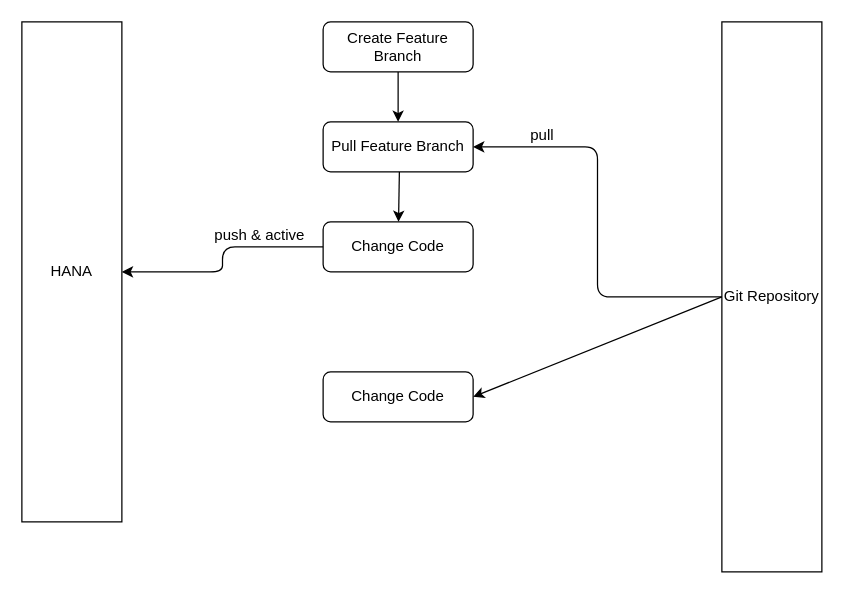
wosary1984/draw.io keeps this draw.io diagram as Untitled Diagram.drawio. Above is the earlier version. Source tidied: cells renumbered, new cells numbered last; positions are measured from the earlier drawing's top-left corner, leaving out a move shared by most shapes. Both pictures are drawn from the tidied source at 125%, with x=0, y=0 at pixel (21, 21).
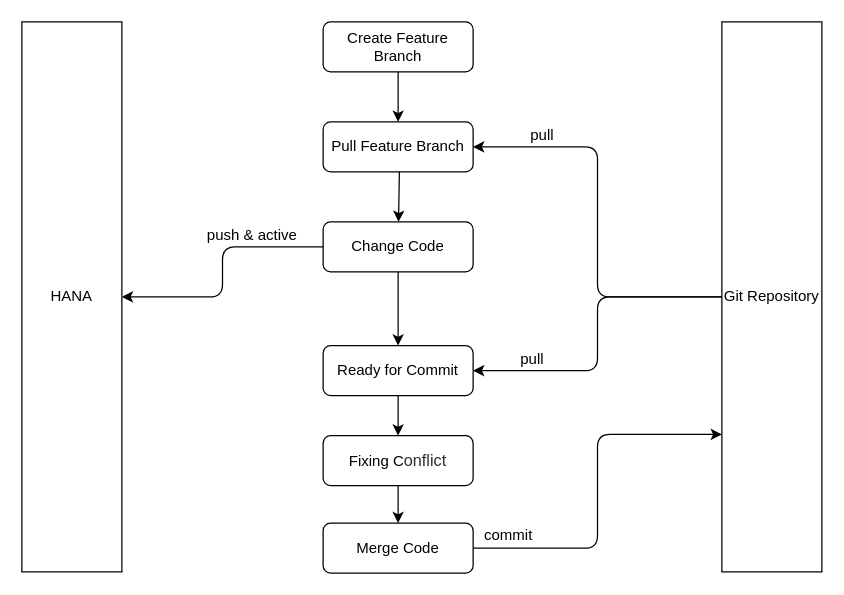
The same diagram, later.

Unchanged cells that the change refers to:
```xml
<mxCell id="4" value="Git Repository" style="rounded=0;whiteSpace=wrap;html=1;" parent="1" vertex="1">
  <mxGeometry x="560" width="80" height="440" as="geometry" />
</mxCell>
<mxCell id="5" value="Pull Feature Branch" style="rounded=1;whiteSpace=wrap;html=1;" parent="1" vertex="1">
  <mxGeometry x="241" y="80" width="120" height="40" as="geometry" />
</mxCell>
<mxCell id="7" value="Change Code" style="rounded=1;whiteSpace=wrap;html=1;" parent="1" vertex="1">
  <mxGeometry x="241" y="160" width="120" height="40" as="geometry" />
</mxCell>
```

The edit, as a diff of the source:
```diff
@@
     <mxCell id="3" value="HANA" style="rounded=0;whiteSpace=wrap;html=1;" parent="1" vertex="1">
-      <mxGeometry width="80" height="400" as="geometry" />
+      <mxGeometry width="80" height="440" as="geometry" />
     </mxCell>
@@
-    <mxCell id="11" style="endArrow=classic;html=1;entryX=1;entryY=0.5;entryDx=0;entryDy=0;edgeStyle=orthogonalEdgeStyle;" parent="1" edge="1" source="4" target="5">
+    <mxCell id="11" style="endArrow=classic;html=1;entryX=1;entryY=0.5;entryDx=0;entryDy=0;edgeStyle=orthogonalEdgeStyle;exitX=0;exitY=0.5;exitDx=0;exitDy=0;" parent="1" edge="1" source="4" target="5">
       <mxGeometry relative="1" as="geometry" />
     </mxCell>
@@
-    <mxCell id="13" value="Change Code" style="rounded=1;whiteSpace=wrap;html=1;" parent="1" vertex="1">
-      <mxGeometry x="241" y="280" width="120" height="40" as="geometry" />
+    <mxCell id="13" value="Ready for Commit" style="rounded=1;whiteSpace=wrap;html=1;" parent="1" vertex="1">
+      <mxGeometry x="241" y="259" width="120" height="40" as="geometry" />
     </mxCell>
-    <mxCell id="14" style="endArrow=classic;html=1;exitX=0;exitY=0.5;exitDx=0;exitDy=0;entryX=1;entryY=0.5;entryDx=0;entryDy=0;" parent="1" edge="1" source="4" target="13">
+    <mxCell id="14" style="endArrow=classic;html=1;exitX=0;exitY=0.5;exitDx=0;exitDy=0;entryX=1;entryY=0.5;entryDx=0;entryDy=0;edgeStyle=orthogonalEdgeStyle;" parent="1" edge="1" source="4" target="13">
       <mxGeometry relative="1" as="geometry" />
     </mxCell>
+    <mxCell id="15" value="pull" style="text;html=1;align=center;verticalAlign=middle;labelBackgroundColor=#ffffff;" parent="14" vertex="1">
+      <mxGeometry x="0.69" y="-1" relative="1" as="geometry">
+        <mxPoint x="6" y="-9" as="offset" />
+      </mxGeometry>
+    </mxCell>
+    <mxCell id="16" style="endArrow=classic;html=1;exitX=0.5;exitY=1;exitDx=0;exitDy=0;" parent="1" edge="1" source="7" target="13">
+      <mxGeometry relative="1" as="geometry" />
+    </mxCell>
+    <mxCell id="17" value="Fixing C&lt;span style=&quot;color: rgb(46 , 46 , 46) ; font-family: &amp;#34;hei&amp;#34; ; font-size: 13px&quot;&gt;onflict&lt;/span&gt;" style="rounded=1;whiteSpace=wrap;html=1;" parent="1" vertex="1">
+      <mxGeometry x="241" y="331" width="120" height="40" as="geometry" />
+    </mxCell>
+    <mxCell id="18" style="endArrow=classic;html=1;exitX=0.5;exitY=1;exitDx=0;exitDy=0;entryX=0.5;entryY=0;entryDx=0;entryDy=0;" parent="1" edge="1" source="13" target="17">
+      <mxGeometry relative="1" as="geometry" />
+    </mxCell>
+    <mxCell id="19" value="Merge Code" style="rounded=1;whiteSpace=wrap;html=1;" parent="1" vertex="1">
+      <mxGeometry x="241" y="401" width="120" height="40" as="geometry" />
+    </mxCell>
+    <mxCell id="20" style="endArrow=classic;html=1;exitX=0.5;exitY=1;exitDx=0;exitDy=0;entryX=0.5;entryY=0;entryDx=0;entryDy=0;" parent="1" edge="1" source="17" target="19">
+      <mxGeometry relative="1" as="geometry" />
+    </mxCell>
+    <mxCell id="21" style="endArrow=classic;html=1;exitX=1;exitY=0.5;exitDx=0;exitDy=0;entryX=0;entryY=0.75;entryDx=0;entryDy=0;edgeStyle=orthogonalEdgeStyle;" parent="1" edge="1" source="19" target="4">
+      <mxGeometry relative="1" as="geometry" />
+    </mxCell>
+    <mxCell id="22" value="commit" style="text;html=1;align=center;verticalAlign=middle;labelBackgroundColor=#ffffff;" parent="21" vertex="1">
+      <mxGeometry x="-0.81" y="4" relative="1" as="geometry">
+        <mxPoint x="-1" y="-7" as="offset" />
+      </mxGeometry>
+    </mxCell>
```
